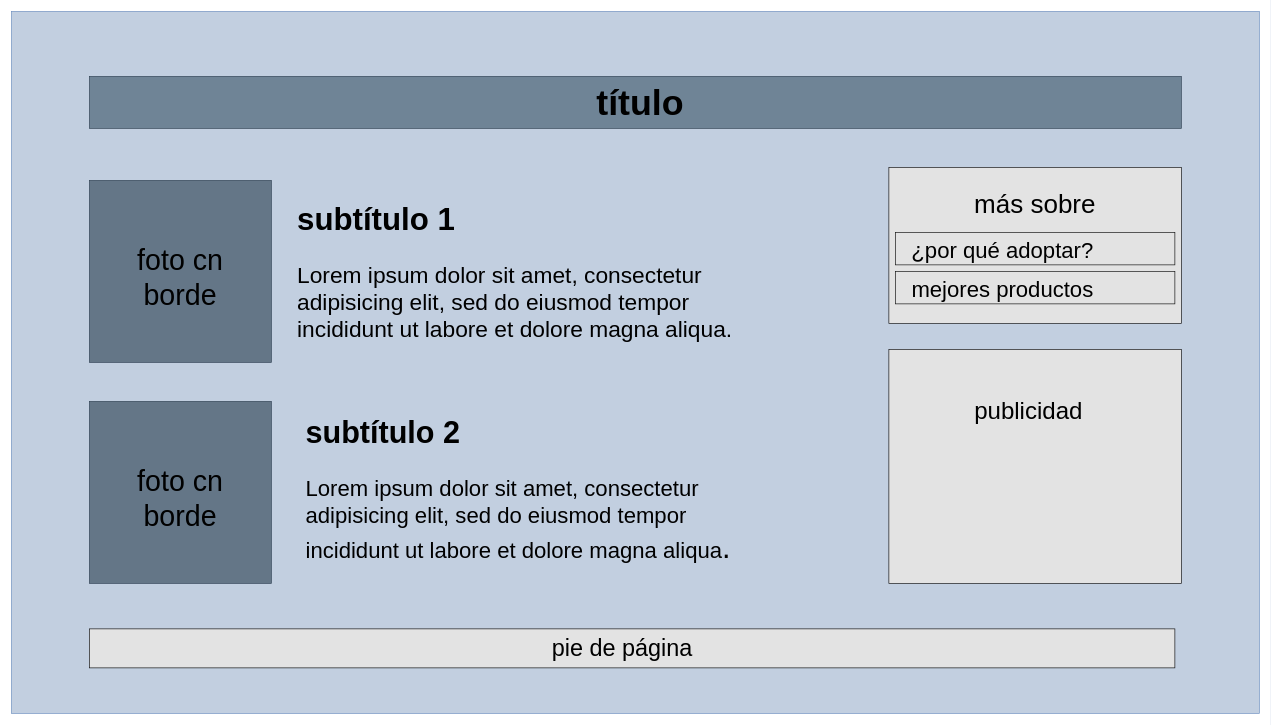
milirmo/07-proyecto keeps this draw.io diagram as Diagrama sin título.drawio. Above is the earlier version. Source tidied: cells renumbered, new cells numbered last; positions are measured from the earlier drawing's top-left corner, leaving out a move shared by most shapes. Both pictures are drawn from the tidied source at 65%, with x=0, y=0 at pixel (11, 11).
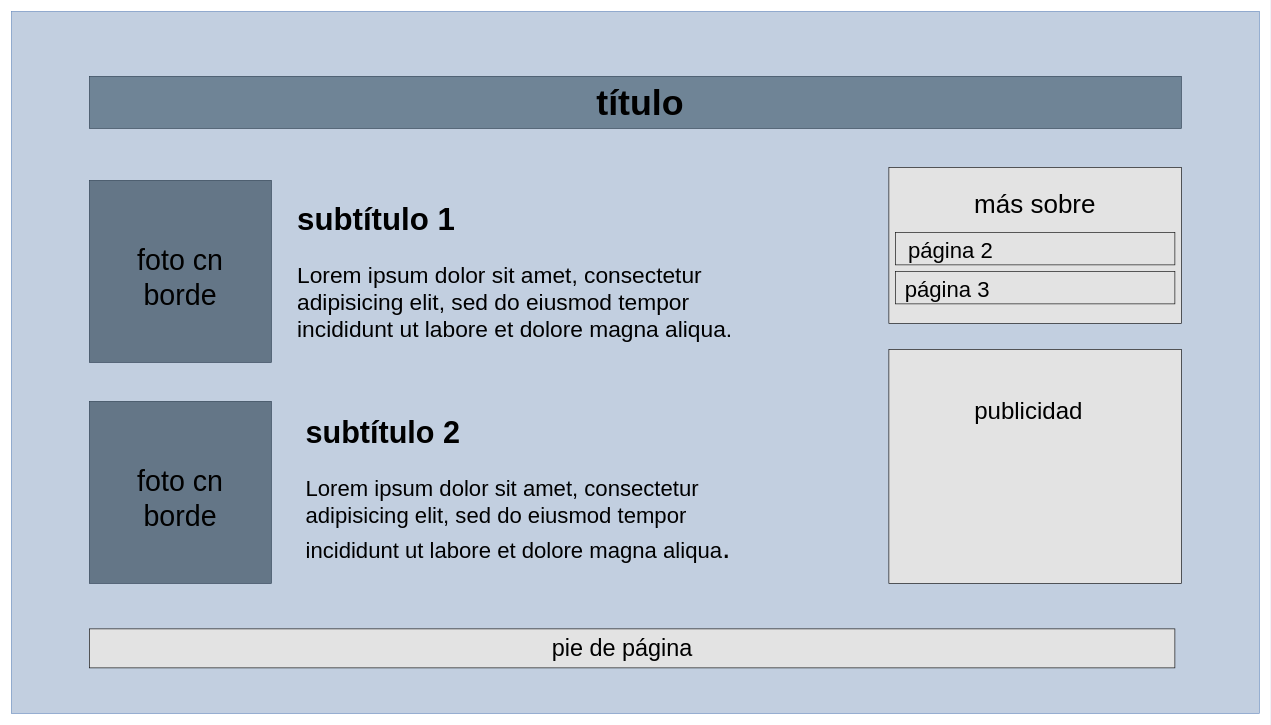
The same diagram, later.

Change to the diagram source:
```diff
@@
-    <mxCell id="15" value="&lt;font style=&quot;font-size: 34px;&quot;&gt;mejores productos&lt;/font&gt;" style="text;html=1;strokeColor=none;fillColor=none;align=center;verticalAlign=middle;whiteSpace=wrap;rounded=0;fontSize=55;" parent="10" vertex="1">
-      <mxGeometry x="1350" y="400" width="350" height="40" as="geometry" />
+    <mxCell id="15" value="&lt;font style=&quot;font-size: 34px;&quot;&gt;página 3&lt;/font&gt;" style="text;html=1;strokeColor=none;fillColor=none;align=center;verticalAlign=middle;whiteSpace=wrap;rounded=0;fontSize=55;" parent="10" vertex="1">
+      <mxGeometry x="1365" y="400" width="150" height="40" as="geometry" />
     </mxCell>
-    <mxCell id="16" value="&lt;font style=&quot;font-size: 34px;&quot;&gt;¿por qué adoptar?&lt;/font&gt;" style="text;html=1;strokeColor=none;fillColor=none;align=center;verticalAlign=middle;whiteSpace=wrap;rounded=0;fontSize=55;" parent="10" vertex="1">
-      <mxGeometry x="1350" y="340" width="350" height="40" as="geometry" />
+    <mxCell id="16" value="&lt;font style=&quot;font-size: 34px;&quot;&gt;página 2&lt;/font&gt;" style="text;html=1;strokeColor=none;fillColor=none;align=center;verticalAlign=middle;whiteSpace=wrap;rounded=0;fontSize=55;" parent="10" vertex="1">
+      <mxGeometry x="1365" y="340" width="160" height="40" as="geometry" />
     </mxCell>
```
